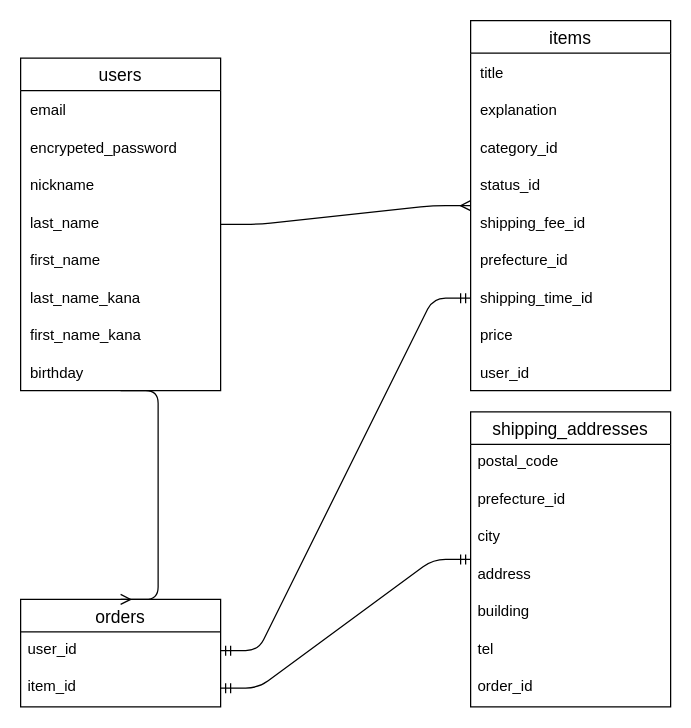
This is ER.dio from key3966/furima-37398, a draw.io file, before an edit. Source tidied: cells renumbered, new cells numbered last; positions are measured from the earlier drawing's top-left corner, leaving out a move shared by most shapes. Both pictures are drawn from the tidied source at 125%, with x=0, y=0 at pixel (20, 20).
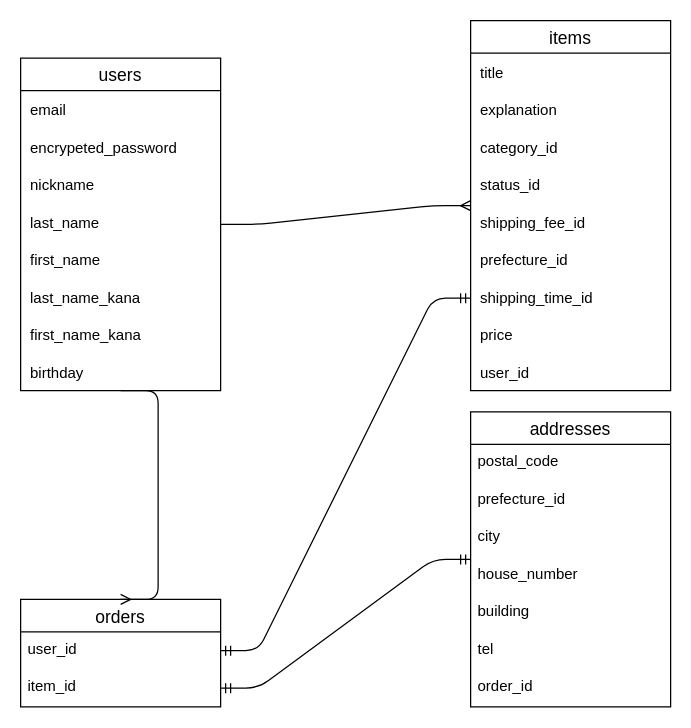
The same diagram, later.

Commit message (it also covers changes not shown here):
README、ER図名称変更

Diff of the diagram source:
```diff
@@
-    <mxCell id="26" value="shipping_addresses" style="swimlane;fontStyle=0;horizontal=1;startSize=26;align=center;fontSize=14;" parent="1" vertex="1">
+    <mxCell id="26" value="addresses" style="swimlane;fontStyle=0;horizontal=1;startSize=26;align=center;fontSize=14;" parent="1" vertex="1">
       <mxGeometry x="360" y="313" width="160" height="236" as="geometry" />
     </mxCell>
@@
-    <mxCell id="30" value="address" style="text;strokeColor=none;fillColor=none;spacingLeft=4;spacingRight=4;overflow=hidden;fontSize=12;" parent="26" vertex="1">
+    <mxCell id="30" value="house_number" style="text;strokeColor=none;fillColor=none;spacingLeft=4;spacingRight=4;overflow=hidden;fontSize=12;" parent="26" vertex="1">
       <mxGeometry y="116" width="160" height="30" as="geometry" />
     </mxCell>
```
